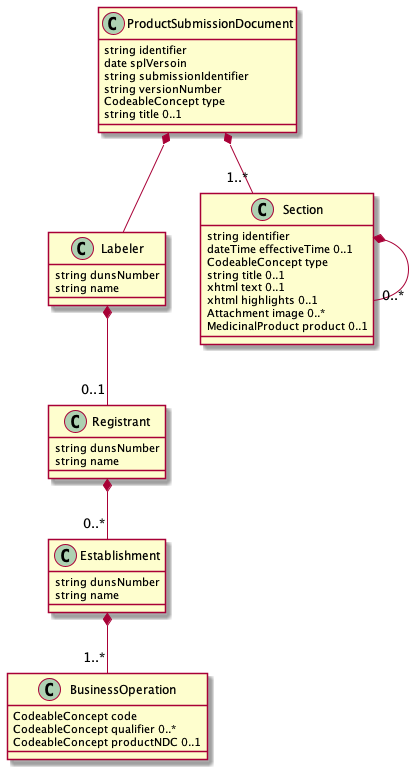
HL7/fhir-spl keeps this PlantUML diagram as input/images/ProductSubmissionDocumentLogicalModel.png. Above is the earlier version.
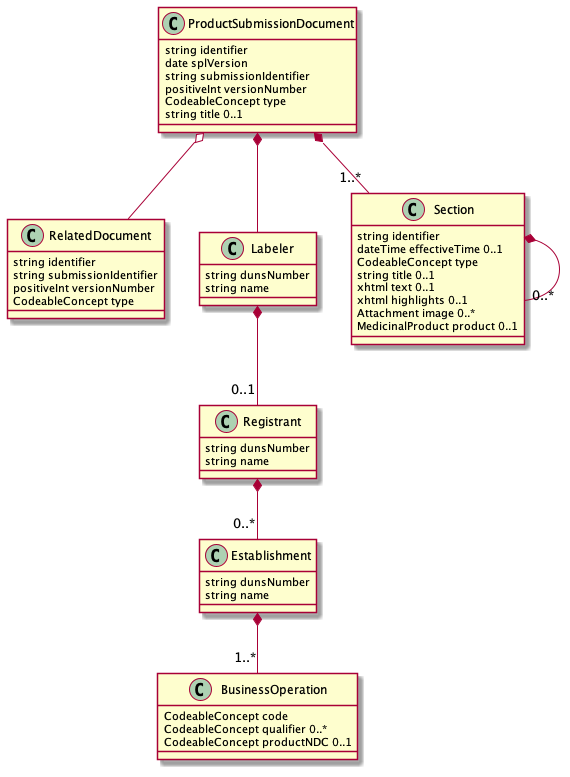
After the change.

Commit message:
Update the logical model to include related documents.

The edit, as a diff of the source:
```diff
@@ -1,11 +1,18 @@
 @startuml
 class ProductSubmissionDocument {
 	string identifier
-	date splVersoin
+	date splVersion
 	string submissionIdentifier
-	string versionNumber
+	positiveInt versionNumber
 	CodeableConcept type
 	string title 0..1
+}
+ProductSubmissionDocument o-- RelatedDocument
+class RelatedDocument {
+	string identifier
+	string submissionIdentifier
+	positiveInt versionNumber
+	CodeableConcept type
 }
 ProductSubmissionDocument *-- Labeler
 class Labeler {
```
